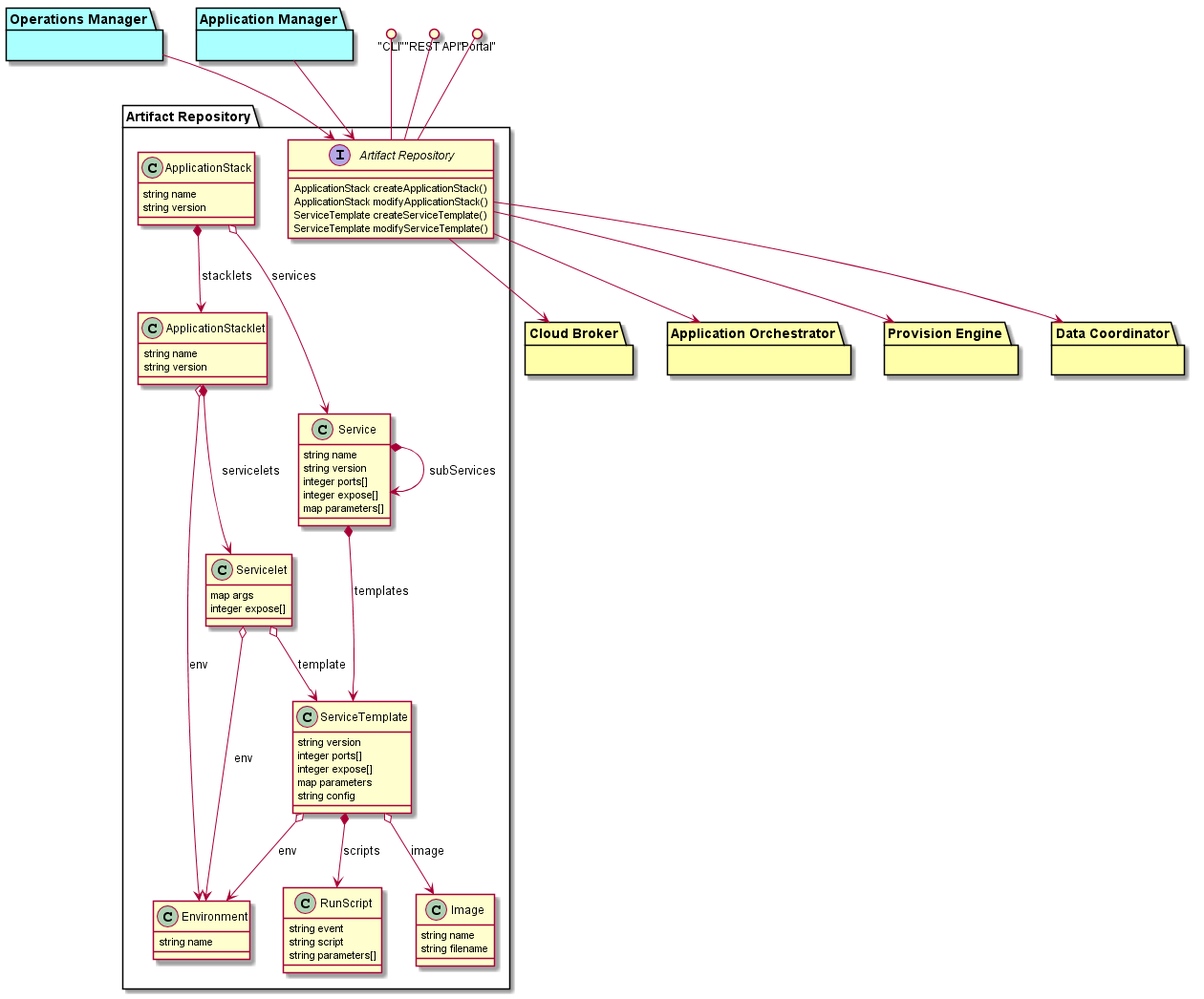
Above: docs/Solution/ArtifactRepository/Logical.png in CAADE/C3 (PlantUML), before the change.
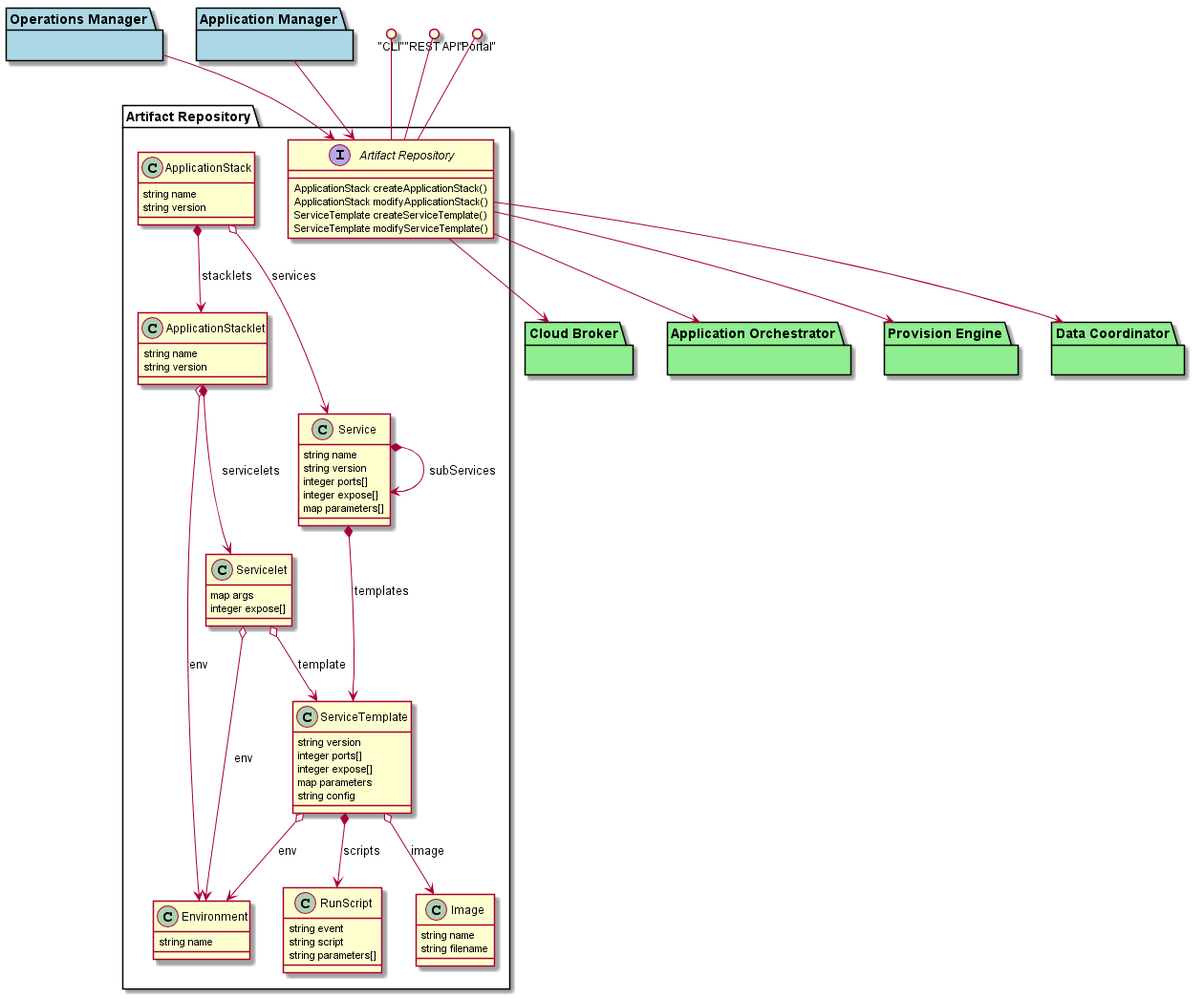
Later version of the same file.

Diff of the diagram source:
```diff
@@ -62,12 +62,12 @@
 "REST API" ()-- "Artifact Repository"
 "Portal" ()-- "Artifact Repository"
 
-package "Cloud Broker"  #ffffaa {}
-package "Application Orchestrator" #ffffaa {}
-package "Provision Engine" #ffffaa {}
-package "Data Coordinator" #ffffaa {}
-package "Operations Manager" #aaffff {}
-package "Application Manager" #aaffff {}
+package "Cloud Broker"  #lightgreen {}
+package "Application Orchestrator" #lightgreen {}
+package "Provision Engine" #lightgreen {}
+package "Data Coordinator" #lightgreen {}
+package "Operations Manager" #lightblue {}
+package "Application Manager" #lightblue {}
 
 "Operations Manager" --> "Artifact Repository"
 "Application Manager" --> "Artifact Repository"
```
